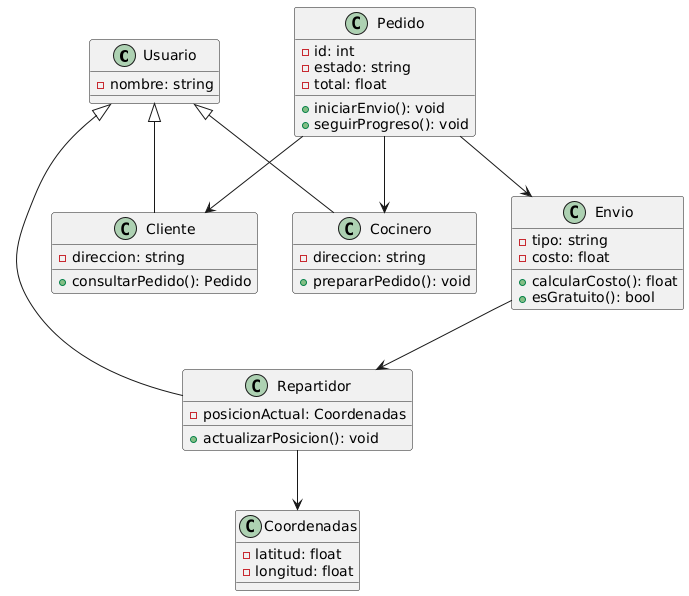
Above: documents/Diagrama Clases/Diagramas/bloq3_diagrama_clase.png in dabien3/ES25UAB-511-05 (PlantUML), before the change.
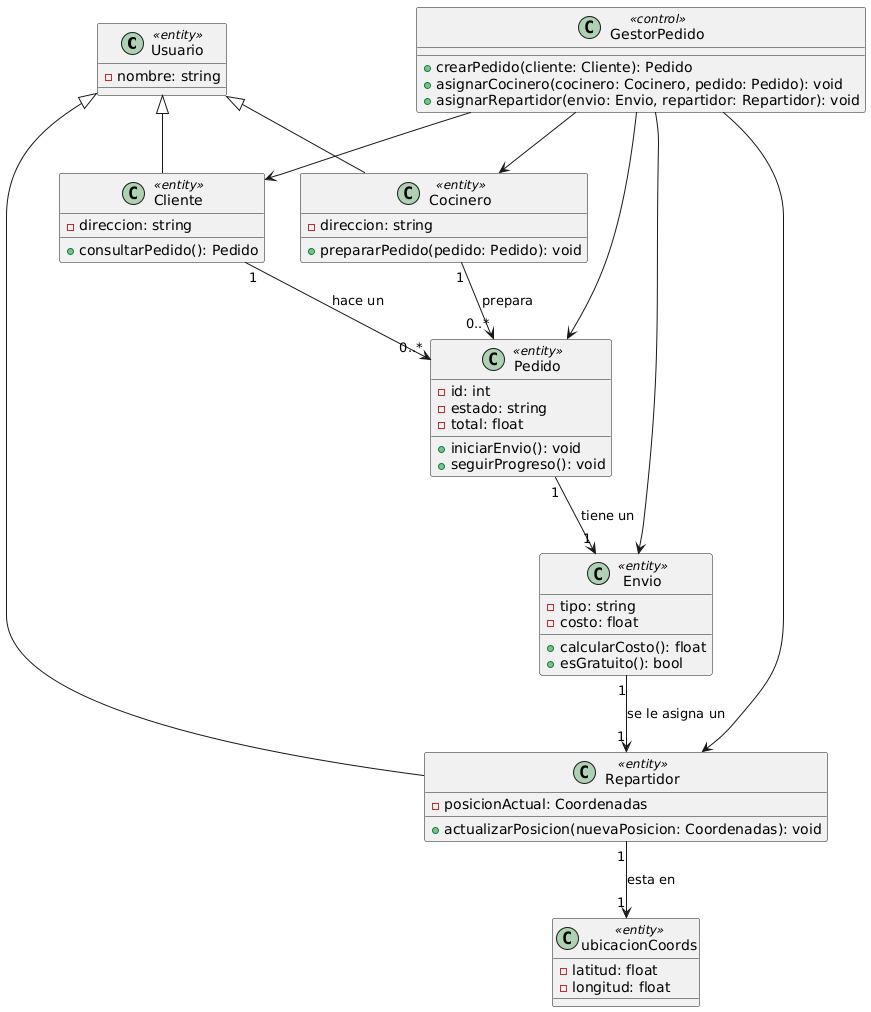
After the commit.

Commit message:
Actualización diagrama de clase bloq3

Change to the diagram source:
```diff
@@ -1,29 +1,28 @@
 @startuml
-class Usuario {
+class Usuario <<entity>> {
     -nombre: string
 }
 
-class Cliente {
+class Cliente <<entity>> {
     -direccion: string
     +consultarPedido(): Pedido
 }
 
-class Cocinero {
+class Cocinero <<entity>> {
     -direccion: string
-    +prepararPedido(): void
+    +prepararPedido(pedido: Pedido): void
 }
 
-class Repartidor {
+class Repartidor <<entity>> {
     -posicionActual: Coordenadas
-    +actualizarPosicion(): void
+    +actualizarPosicion(nuevaPosicion: Coordenadas): void
 }
 
 Usuario <|-- Cliente
 Usuario <|-- Cocinero
 Usuario <|-- Repartidor
 
-
-class Pedido {
+class Pedido <<entity>> {
     -id: int
     -estado: string
     -total: float
@@ -31,22 +30,35 @@
     +seguirProgreso(): void
 }
 
-class Envio {
+class Envio <<entity>> {
     -tipo: string
     -costo: float
     +calcularCosto(): float
     +esGratuito(): bool
 }
 
-class Coordenadas {
+class ubicacionCoords <<entity>> {
     -latitud: float
     -longitud: float
 }
 
 
-Pedido --> Envio
-Pedido --> Cliente
-Pedido --> Cocinero
-Envio --> Repartidor
-Repartidor --> Coordenadas
+class GestorPedido <<control>> {
+    +crearPedido(cliente: Cliente): Pedido
+    +asignarCocinero(cocinero: Cocinero, pedido: Pedido): void
+    +asignarRepartidor(envio: Envio, repartidor: Repartidor): void
+}
+
+
+Cliente "1" --> "0..*" Pedido : hace un
+Cocinero "1" --> "0..*" Pedido : prepara
+Pedido "1" --> "1" Envio : tiene un
+Envio "1" --> "1" Repartidor : se le asigna un
+Repartidor "1" --> "1" ubicacionCoords : esta en
+
+GestorPedido --> Pedido
+GestorPedido --> Cliente
+GestorPedido --> Cocinero
+GestorPedido --> Envio
+GestorPedido --> Repartidor
 @enduml
```
